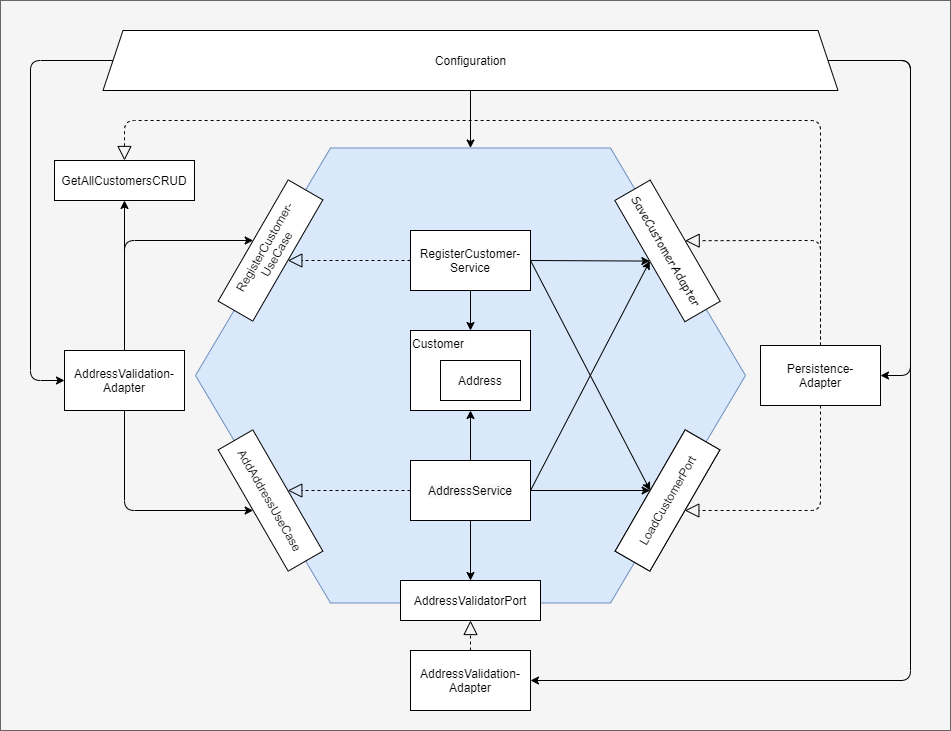
Earlier version of the draw.io export documentation/dependencies.png (pstrsr/hexagonal-example). Source tidied: cells renumbered, new cells last; positions are measured from the earlier drawing's top-left corner, leaving out a move shared by most shapes. Its diagram source:
```xml
<mxGraphModel>
  <root>
    <mxCell id="0" />
    <mxCell id="1" parent="0" />
    <mxCell id="2" style="whiteSpace=wrap;html=1;fontFamily=Comic Sans MS;fillColor=#f5f5f5;strokeColor=#666666;fontColor=#333333;" parent="1" vertex="1">
      <mxGeometry width="950" height="730" as="geometry" />
    </mxCell>
    <mxCell id="3" style="shape=hexagon;perimeter=hexagonPerimeter2;whiteSpace=wrap;html=1;fixedSize=1;size=135;fillColor=#dae8fc;strokeColor=#6c8ebf;" parent="1" vertex="1">
      <mxGeometry x="195" y="147.5" width="550" height="455" as="geometry" />
    </mxCell>
    <mxCell id="4" value="Customer" style="whiteSpace=wrap;html=1;align=left;verticalAlign=top;" parent="1" vertex="1">
      <mxGeometry x="410" y="330" width="120" height="80" as="geometry" />
    </mxCell>
    <mxCell id="5" value="RegisterCustomer-&lt;br&gt;UseCase" style="whiteSpace=wrap;html=1;rotation=-60;fontFamily=Helvetica;" parent="1" vertex="1">
      <mxGeometry x="200" y="230" width="140" height="40" as="geometry" />
    </mxCell>
    <mxCell id="6" value="AddAddressUseCase" style="whiteSpace=wrap;html=1;rotation=60;fontFamily=Helvetica;" parent="1" vertex="1">
      <mxGeometry x="200" y="480" width="140" height="40" as="geometry" />
    </mxCell>
    <mxCell id="7" value="SaveCustomerAdapter" style="whiteSpace=wrap;html=1;rotation=60;fontFamily=Comic Sans MS;" parent="1" vertex="1">
      <mxGeometry x="597" y="230" width="140" height="40.8" as="geometry" />
    </mxCell>
    <mxCell id="8" value="LoadCustomerPort" style="whiteSpace=wrap;html=1;rotation=-60;fontFamily=Comic Sans MS;" parent="1" vertex="1">
      <mxGeometry x="597" y="480" width="140" height="40" as="geometry" />
    </mxCell>
    <mxCell id="9" value="AddressValidatorPort" style="whiteSpace=wrap;html=1;rotation=0;fontFamily=Helvetica;" parent="1" vertex="1">
      <mxGeometry x="400" y="580" width="140" height="40" as="geometry" />
    </mxCell>
    <mxCell id="10" style="endArrow=classic;html=1;exitX=0.5;exitY=0;exitDx=0;exitDy=0;entryX=0.5;entryY=0;entryDx=0;entryDy=0;" parent="1" edge="1" source="29" target="5">
      <mxGeometry relative="1" as="geometry">
        <Array as="points">
          <mxPoint x="124" y="240" />
        </Array>
      </mxGeometry>
    </mxCell>
    <mxCell id="11" style="endArrow=classic;html=1;exitX=0.5;exitY=1;exitDx=0;exitDy=0;entryX=0.5;entryY=1;entryDx=0;entryDy=0;" parent="1" edge="1" source="29" target="6">
      <mxGeometry relative="1" as="geometry">
        <Array as="points">
          <mxPoint x="124" y="510" />
        </Array>
      </mxGeometry>
    </mxCell>
    <mxCell id="12" value="GetAllCustomersCRUD" style="whiteSpace=wrap;html=1;rotation=0;fontFamily=Helvetica;" parent="1" vertex="1">
      <mxGeometry x="54" y="160" width="140" height="40" as="geometry" />
    </mxCell>
    <mxCell id="13" value="Address" style="whiteSpace=wrap;html=1;" parent="1" vertex="1">
      <mxGeometry x="440" y="360" width="90" height="40" as="geometry" />
    </mxCell>
    <mxCell id="14" style="endArrow=classic;html=1;exitX=1;exitY=0.5;exitDx=0;exitDy=0;entryX=0.5;entryY=1;entryDx=0;entryDy=0;" parent="1" edge="1" source="30" target="7">
      <mxGeometry relative="1" as="geometry" />
    </mxCell>
    <mxCell id="15" style="endArrow=classic;html=1;exitX=1;exitY=0.5;exitDx=0;exitDy=0;entryX=0.5;entryY=0;entryDx=0;entryDy=0;" parent="1" edge="1" source="30" target="8">
      <mxGeometry relative="1" as="geometry" />
    </mxCell>
    <mxCell id="16" style="endArrow=classic;html=1;exitX=1;exitY=0.5;exitDx=0;exitDy=0;entryX=0.5;entryY=0;entryDx=0;entryDy=0;" parent="1" edge="1" source="31" target="8">
      <mxGeometry relative="1" as="geometry" />
    </mxCell>
    <mxCell id="17" style="endArrow=classic;html=1;entryX=0.5;entryY=1;entryDx=0;entryDy=0;exitX=1;exitY=0.5;exitDx=0;exitDy=0;" parent="1" edge="1" source="31" target="7">
      <mxGeometry relative="1" as="geometry" />
    </mxCell>
    <mxCell id="18" style="endArrow=classic;html=1;exitX=0.5;exitY=1;exitDx=0;exitDy=0;entryX=0.5;entryY=0;entryDx=0;entryDy=0;" parent="1" edge="1" source="31" target="9">
      <mxGeometry relative="1" as="geometry" />
    </mxCell>
    <mxCell id="19" style="endArrow=classic;html=1;exitX=0.5;exitY=1;exitDx=0;exitDy=0;entryX=0.5;entryY=0;entryDx=0;entryDy=0;" parent="1" edge="1" source="30" target="4">
      <mxGeometry relative="1" as="geometry" />
    </mxCell>
    <mxCell id="20" style="endArrow=classic;html=1;exitX=0.5;exitY=0;exitDx=0;exitDy=0;entryX=0.5;entryY=1;entryDx=0;entryDy=0;" parent="1" edge="1" source="31" target="4">
      <mxGeometry relative="1" as="geometry" />
    </mxCell>
    <mxCell id="21" style="endArrow=classic;html=1;exitX=0.5;exitY=0;exitDx=0;exitDy=0;" parent="1" edge="1" source="29" target="12">
      <mxGeometry relative="1" as="geometry" />
    </mxCell>
    <mxCell id="22" value="Configuration" style="shape=trapezoid;perimeter=trapezoidPerimeter;whiteSpace=wrap;html=1;fixedSize=1;align=center;fontFamily=Helvetica;" parent="1" vertex="1">
      <mxGeometry x="102.5" y="30" width="735" height="60" as="geometry" />
    </mxCell>
    <mxCell id="23" style="endArrow=classic;html=1;exitX=0;exitY=0.5;exitDx=0;exitDy=0;entryX=0;entryY=0.5;entryDx=0;entryDy=0;" parent="1" edge="1" source="22" target="29">
      <mxGeometry relative="1" as="geometry">
        <Array as="points">
          <mxPoint x="30" y="60" />
          <mxPoint x="30" y="380" />
        </Array>
      </mxGeometry>
    </mxCell>
    <mxCell id="24" style="endArrow=classic;html=1;exitX=1;exitY=0.5;exitDx=0;exitDy=0;entryX=1;entryY=0.5;entryDx=0;entryDy=0;" parent="1" edge="1" source="22" target="28">
      <mxGeometry relative="1" as="geometry">
        <Array as="points">
          <mxPoint x="910" y="60" />
          <mxPoint x="910" y="375" />
        </Array>
      </mxGeometry>
    </mxCell>
    <mxCell id="25" style="endArrow=classic;html=1;exitX=1;exitY=0.5;exitDx=0;exitDy=0;entryX=1;entryY=0.5;entryDx=0;entryDy=0;" parent="1" edge="1" source="22" target="27">
      <mxGeometry relative="1" as="geometry">
        <Array as="points">
          <mxPoint x="910" y="60" />
          <mxPoint x="910" y="680" />
        </Array>
      </mxGeometry>
    </mxCell>
    <mxCell id="26" style="endArrow=classic;html=1;exitX=0.5;exitY=1;exitDx=0;exitDy=0;entryX=0.5;entryY=0;entryDx=0;entryDy=0;" parent="1" edge="1" source="22" target="3">
      <mxGeometry relative="1" as="geometry" />
    </mxCell>
    <mxCell id="27" value="&lt;span&gt;AddressValidation-&lt;/span&gt;&lt;br&gt;&lt;span&gt;Adapter&lt;/span&gt;" style="whiteSpace=wrap;html=1;fontFamily=Helvetica;" parent="1" vertex="1">
      <mxGeometry x="410" y="650" width="120" height="60" as="geometry" />
    </mxCell>
    <mxCell id="28" value="Persistence-&lt;br&gt;Adapter" style="whiteSpace=wrap;html=1;fontFamily=Comic Sans MS;" parent="1" vertex="1">
      <mxGeometry x="760" y="345" width="120" height="60" as="geometry" />
    </mxCell>
    <mxCell id="29" value="&lt;span&gt;AddressValidation-&lt;/span&gt;&lt;br&gt;&lt;span&gt;Adapter&lt;/span&gt;" style="whiteSpace=wrap;html=1;fontFamily=Helvetica;" parent="1" vertex="1">
      <mxGeometry x="64" y="350" width="120" height="60" as="geometry" />
    </mxCell>
    <mxCell id="30" value="RegisterCustomer-&lt;br&gt;Service" style="whiteSpace=wrap;html=1;" parent="1" vertex="1">
      <mxGeometry x="410" y="230" width="120" height="60" as="geometry" />
    </mxCell>
    <mxCell id="31" value="&#10;&#10;&lt;span style=&quot;color: rgb(0, 0, 0); font-family: helvetica; font-size: 12px; font-style: normal; font-weight: 400; letter-spacing: normal; text-align: center; text-indent: 0px; text-transform: none; word-spacing: 0px; background-color: rgb(248, 249, 250); display: inline; float: none;&quot;&gt;AddressService&lt;/span&gt;&#10;&#10;" style="whiteSpace=wrap;html=1;" parent="1" vertex="1">
      <mxGeometry x="410" y="460" width="120" height="60" as="geometry" />
    </mxCell>
    <mxCell id="32" style="endArrow=block;dashed=1;endFill=0;endSize=12;html=1;exitX=0;exitY=0.5;exitDx=0;exitDy=0;entryX=0.5;entryY=0;entryDx=0;entryDy=0;" parent="1" edge="1" source="31" target="6">
      <mxGeometry relative="1" as="geometry" />
    </mxCell>
    <mxCell id="33" style="endArrow=block;dashed=1;endFill=0;endSize=12;html=1;exitX=0;exitY=0.5;exitDx=0;exitDy=0;entryX=0.5;entryY=1;entryDx=0;entryDy=0;" parent="1" edge="1" source="30" target="5">
      <mxGeometry relative="1" as="geometry" />
    </mxCell>
    <mxCell id="34" style="endArrow=block;dashed=1;endFill=0;endSize=12;html=1;exitX=0.5;exitY=0;exitDx=0;exitDy=0;entryX=0.5;entryY=0;entryDx=0;entryDy=0;" parent="1" edge="1" source="28" target="7">
      <mxGeometry relative="1" as="geometry">
        <Array as="points">
          <mxPoint x="820" y="240" />
        </Array>
      </mxGeometry>
    </mxCell>
    <mxCell id="35" style="endArrow=block;dashed=1;endFill=0;endSize=12;html=1;exitX=0.5;exitY=1;exitDx=0;exitDy=0;entryX=0.5;entryY=1;entryDx=0;entryDy=0;" parent="1" edge="1" source="28" target="8">
      <mxGeometry relative="1" as="geometry">
        <Array as="points">
          <mxPoint x="820" y="510" />
        </Array>
      </mxGeometry>
    </mxCell>
    <mxCell id="36" style="endArrow=block;dashed=1;endFill=0;endSize=12;html=1;exitX=0.5;exitY=0;exitDx=0;exitDy=0;entryX=0.5;entryY=1;entryDx=0;entryDy=0;" parent="1" edge="1" source="27" target="9">
      <mxGeometry relative="1" as="geometry" />
    </mxCell>
    <mxCell id="37" style="endArrow=block;dashed=1;endFill=0;endSize=12;html=1;entryX=0.5;entryY=0;entryDx=0;entryDy=0;exitX=0.5;exitY=0;exitDx=0;exitDy=0;" parent="1" edge="1" source="28" target="12">
      <mxGeometry relative="1" as="geometry">
        <Array as="points">
          <mxPoint x="820" y="120" />
          <mxPoint x="124" y="120" />
        </Array>
      </mxGeometry>
    </mxCell>
    <mxCell id="38" value="Address" style="whiteSpace=wrap;html=1;" parent="1" vertex="1">
      <mxGeometry x="440" y="360" width="90" height="40" as="geometry" />
    </mxCell>
    <mxCell id="39" value="Customer" style="whiteSpace=wrap;html=1;align=left;verticalAlign=top;fontFamily=Helvetica;" parent="1" vertex="1">
      <mxGeometry x="410" y="330" width="120" height="80" as="geometry" />
    </mxCell>
    <mxCell id="40" value="RegisterCustomer-&lt;br&gt;Service" style="whiteSpace=wrap;html=1;fontFamily=Helvetica;" parent="1" vertex="1">
      <mxGeometry x="410" y="230" width="120" height="60" as="geometry" />
    </mxCell>
    <mxCell id="41" value="Persistence-&lt;br&gt;Adapter" style="whiteSpace=wrap;html=1;fontFamily=Helvetica;" parent="1" vertex="1">
      <mxGeometry x="760" y="345" width="120" height="60" as="geometry" />
    </mxCell>
    <mxCell id="42" value="LoadCustomerPort" style="whiteSpace=wrap;html=1;rotation=-60;fontFamily=Helvetica;" parent="1" vertex="1">
      <mxGeometry x="597" y="480" width="140" height="40" as="geometry" />
    </mxCell>
    <mxCell id="43" value="Address" style="rounded=0;whiteSpace=wrap;html=1;fontFamily=Helvetica;" parent="1" vertex="1">
      <mxGeometry x="440" y="360" width="80" height="40" as="geometry" />
    </mxCell>
  </root>
</mxGraphModel>
```
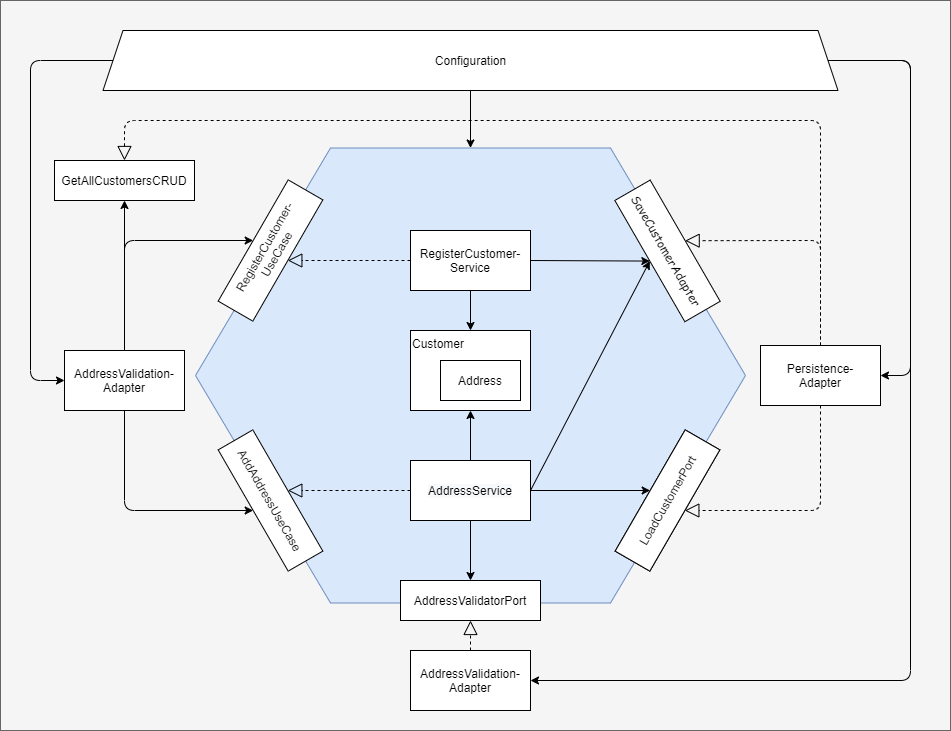
After the commit.

Diff of the diagram source:
```diff
@@ -49,9 +49,6 @@
     <mxCell id="14" style="endArrow=classic;html=1;exitX=1;exitY=0.5;exitDx=0;exitDy=0;entryX=0.5;entryY=1;entryDx=0;entryDy=0;" parent="1" edge="1" source="30" target="7">
       <mxGeometry relative="1" as="geometry" />
     </mxCell>
-    <mxCell id="15" style="endArrow=classic;html=1;exitX=1;exitY=0.5;exitDx=0;exitDy=0;entryX=0.5;entryY=0;entryDx=0;entryDy=0;" parent="1" edge="1" source="30" target="8">
-      <mxGeometry relative="1" as="geometry" />
-    </mxCell>
     <mxCell id="16" style="endArrow=classic;html=1;exitX=1;exitY=0.5;exitDx=0;exitDy=0;entryX=0.5;entryY=0;entryDx=0;entryDy=0;" parent="1" edge="1" source="31" target="8">
       <mxGeometry relative="1" as="geometry" />
     </mxCell>
```
